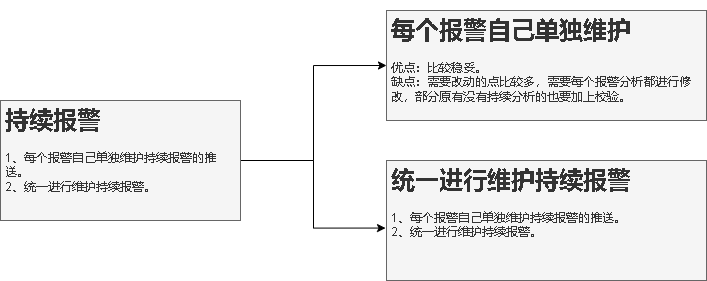
Above: 持续报警.drawio.png in xktder/draw (draw.io), before the change. Source tidied: cells renumbered, new cells last; positions are measured from the earlier drawing's top-left corner, leaving out a move shared by most shapes.
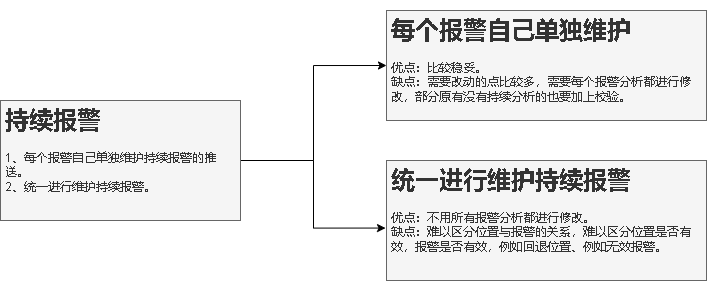
After the change.

Commit message:
更新持续报警.drawio.png

Change to the diagram source:
```diff
@@ -14,7 +14,7 @@
     <mxCell id="5" value="&lt;h1&gt;每个报警自己单独维护&lt;/h1&gt;&lt;div&gt;优点：比较稳妥。&lt;/div&gt;&lt;div&gt;缺点：需要改动的点比较多，需要每个报警分析都进行修改，部分原有没有持续分析的也要加上校验。&lt;/div&gt;" style="text;html=1;spacing=5;spacingTop=-20;whiteSpace=wrap;overflow=hidden;rounded=0;fillColor=#f5f5f5;fontColor=#333333;strokeColor=#666666;" parent="1" vertex="1">
       <mxGeometry x="386" width="320" height="110" as="geometry" />
     </mxCell>
-    <mxCell id="6" value="&lt;h1&gt;统一进行维护持续报警&lt;/h1&gt;&lt;div&gt;1、每个报警自己单独维护持续报警的推送。&lt;/div&gt;&lt;div&gt;2、统一进行维护持续报警。&lt;/div&gt;" style="text;html=1;spacing=5;spacingTop=-20;whiteSpace=wrap;overflow=hidden;rounded=0;fillColor=#f5f5f5;fontColor=#333333;strokeColor=#666666;" parent="1" vertex="1">
+    <mxCell id="6" value="&lt;h1&gt;统一进行维护持续报警&lt;/h1&gt;&lt;div&gt;优点：不用所有报警分析都进行修改。&lt;/div&gt;&lt;div&gt;缺点：难以区分位置与报警的关系，难以区分位置是否有效，报警是否有效，例如回退位置、例如无效报警。&lt;/div&gt;" style="text;html=1;spacing=5;spacingTop=-20;whiteSpace=wrap;overflow=hidden;rounded=0;fillColor=#f5f5f5;fontColor=#333333;strokeColor=#666666;" parent="1" vertex="1">
       <mxGeometry x="386" y="150" width="320" height="120" as="geometry" />
     </mxCell>
   </root>
```
